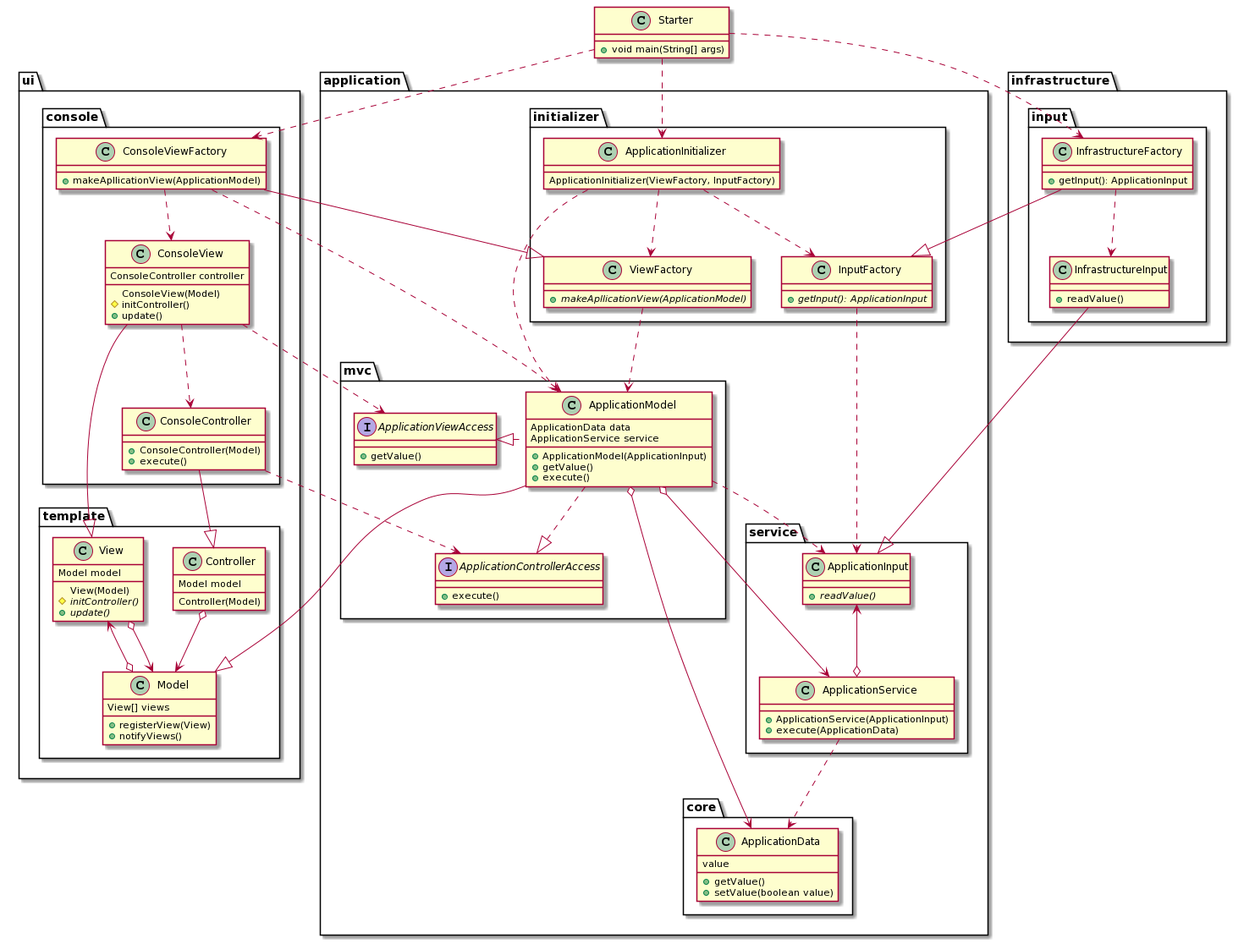
The PlantUML diagram uml/mvc_with_infrastructure.png in Erwerner/MVCTemplate, before a commit. Its diagram source:
```plantuml
@startuml
package application{
    package core{
class ApplicationData
{
value
+getValue()
+setValue(boolean value)
}
    }
    package initializer{
class ApplicationInitializer
{
ApplicationInitializer(ViewFactory, InputFactory)
}
class ViewFactory
{
+{abstract} makeApllicationView(ApplicationModel)
}
class InputFactory
{
+{abstract} getInput(): ApplicationInput
}
    }
    package mvc{
interface ApplicationControllerAccess
{
+ execute()
}
class ApplicationModel
{
ApplicationData data
ApplicationService service
+ApplicationModel(ApplicationInput)
+ getValue()
+ execute()
}
interface ApplicationViewAccess {
+ getValue()
}
    }
    package service{
class ApplicationService
{
+ApplicationService(ApplicationInput)
+ execute(ApplicationData)
}
class ApplicationInput
{
{abstract}+readValue()
}
    }
  }
  package ui{
    package template{
class Controller
{
Model model
Controller(Model)
}
class Model {
View[] views
+ registerView(View)
+ notifyViews()
}
class View
{
Model model
View(Model)
# {abstract} initController()
+ {abstract} update()
}

    }
    package console{
class ConsoleController
{
+ ConsoleController(Model)
+ execute()
}
class ConsoleView
{
ConsoleController controller
ConsoleView(Model)
# initController()
+ update()
}
class ConsoleViewFactory
{
+ makeApllicationView(ApplicationModel)
}
    }
  }

  package infrastructure{
    package input{
class InfrastructureInput {
+readValue()
}
class InfrastructureFactory{
+ getInput(): ApplicationInput
}
    }
  }


class Starter {
+ void main(String[] args)
}

ApplicationInitializer ..> ViewFactory
ApplicationInitializer ..> ApplicationModel
ApplicationInitializer ..> InputFactory
ViewFactory ..> ApplicationModel

ApplicationModel --|> Model
ApplicationModel ..|> ApplicationControllerAccess
ApplicationModel .left.|> ApplicationViewAccess
ApplicationModel o--> ApplicationData
ApplicationModel o--> ApplicationService

ApplicationService ..> ApplicationData

ConsoleController --|> Controller
ConsoleController ..> ApplicationControllerAccess

ConsoleView --|> View
ConsoleView ..> ApplicationViewAccess
ConsoleView ..> ConsoleController

ConsoleViewFactory --|> ViewFactory
ConsoleViewFactory ..> ApplicationModel
ConsoleViewFactory ..> ConsoleView
Controller  o-down-> Model
Model o-up-> View
View o--> Model

Starter ..> ApplicationInitializer
Starter ..>  ConsoleViewFactory
Starter ..> InfrastructureFactory
InfrastructureInput --|> ApplicationInput
InfrastructureFactory --|> InputFactory
InfrastructureFactory ..> InfrastructureInput
InputFactory ..> ApplicationInput
ApplicationService o-up-> ApplicationInput
ApplicationModel ..> ApplicationInput
@enduml
```
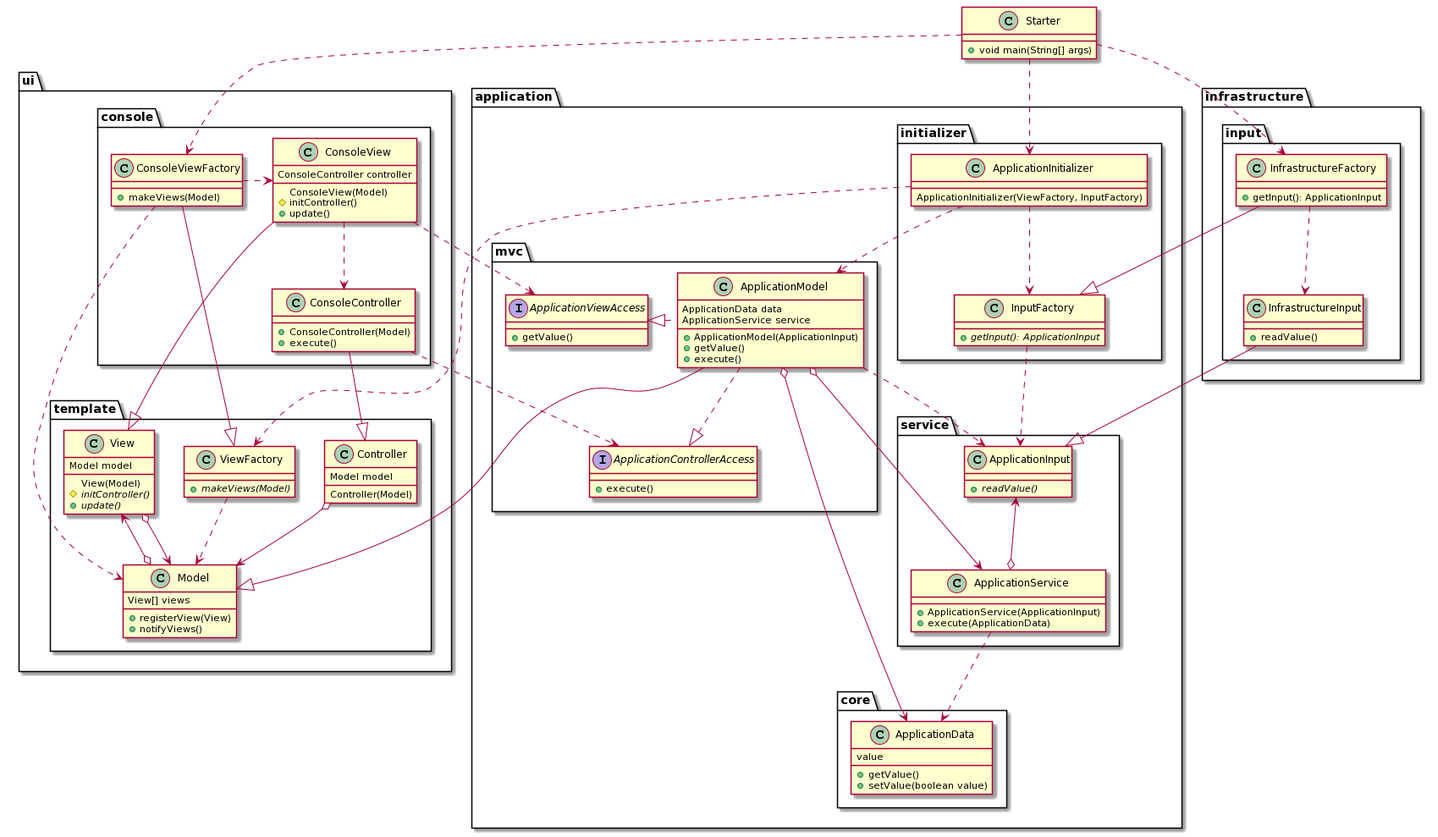
After the change.

Change to the diagram source:
```diff
@@ -12,10 +12,6 @@
 class ApplicationInitializer
 {
 ApplicationInitializer(ViewFactory, InputFactory)
-}
-class ViewFactory
-{
-+{abstract} makeApllicationView(ApplicationModel)
 }
 class InputFactory
 {
@@ -70,6 +66,10 @@
 # {abstract} initController()
 + {abstract} update()
 }
+class ViewFactory
+{
++{abstract} makeViews(Model)
+}
 
     }
     package console{
@@ -87,7 +87,7 @@
 }
 class ConsoleViewFactory
 {
-+ makeApllicationView(ApplicationModel)
++ makeViews(Model)
 }
     }
   }
@@ -111,7 +111,7 @@
 ApplicationInitializer ..> ViewFactory
 ApplicationInitializer ..> ApplicationModel
 ApplicationInitializer ..> InputFactory
-ViewFactory ..> ApplicationModel
+ViewFactory ..> Model
 
 ApplicationModel --|> Model
 ApplicationModel ..|> ApplicationControllerAccess
@@ -129,9 +129,9 @@
 ConsoleView ..> ConsoleController
 
 ConsoleViewFactory --|> ViewFactory
-ConsoleViewFactory ..> ApplicationModel
-ConsoleViewFactory ..> ConsoleView
-Controller  o-down-> Model
+ConsoleViewFactory .right.> ConsoleView
+ConsoleViewFactory ..> Model
+Controller  o--> Model
 Model o-up-> View
 View o--> Model
 
```
